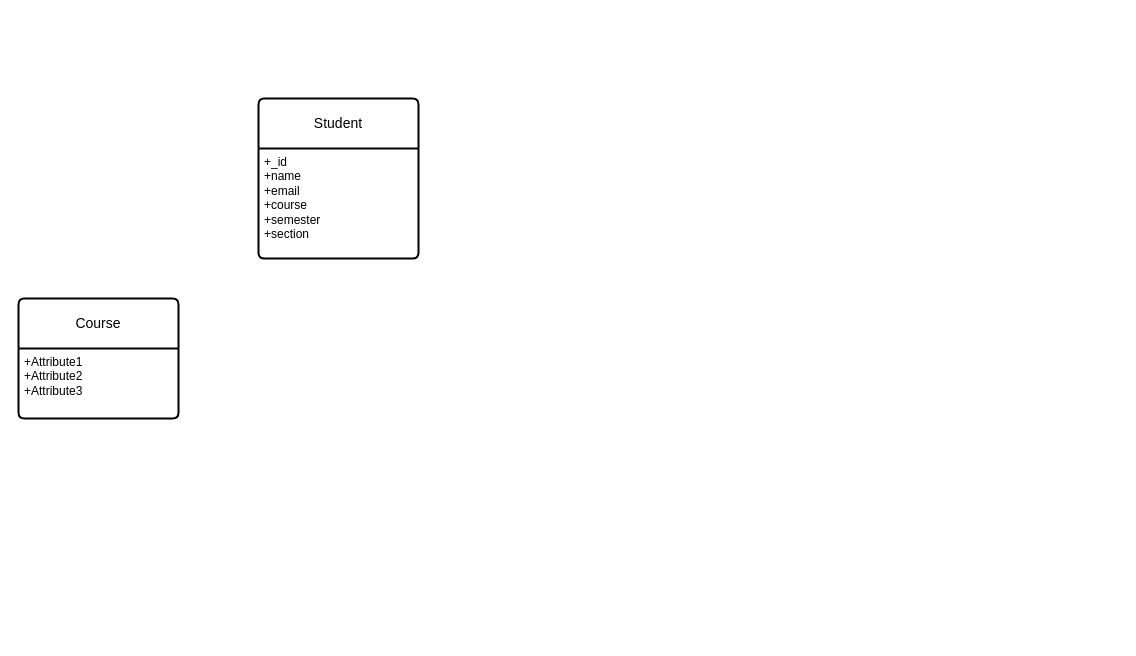
Above: Untitled Diagram.drawio in aadityamishraa/replit (draw.io), before the change. Source tidied: cells renumbered, new cells numbered last; positions are measured from the earlier drawing's top-left corner, leaving out a move shared by most shapes. Both pictures are drawn from the tidied source at 100%, with x=0, y=0 at pixel (18, 98).
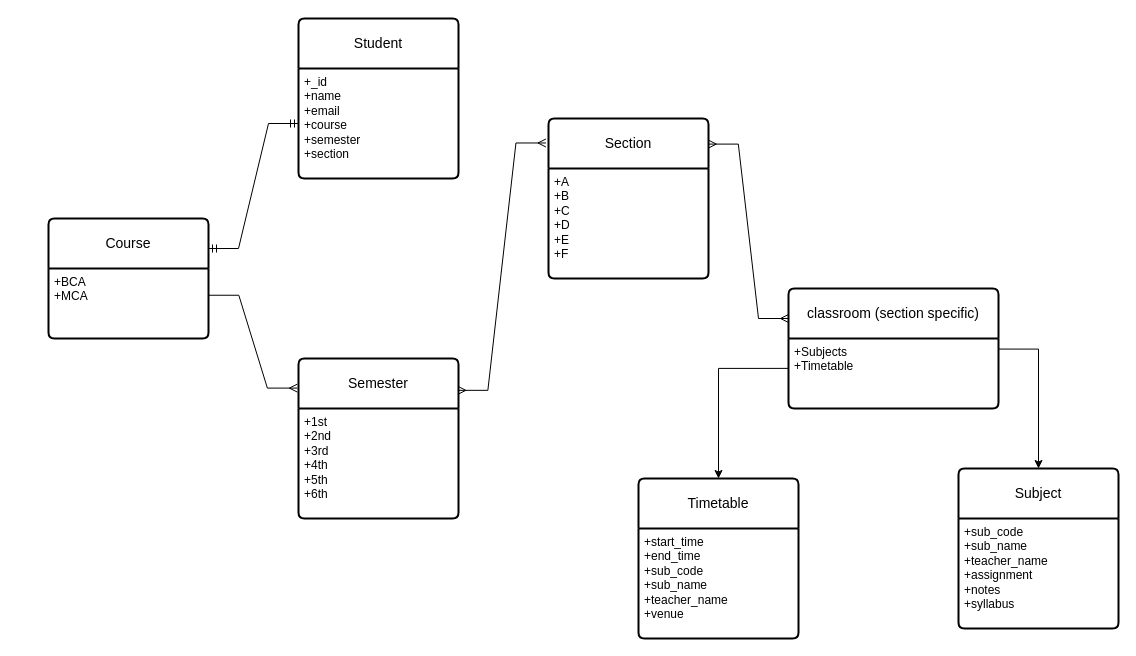
Above is the later version.

Unchanged cells that the change refers to:
```xml
<mxCell id="3" value="+_id&lt;br&gt;+name&lt;br&gt;+email&lt;br&gt;+course&lt;br&gt;+semester&lt;br&gt;+section" style="align=left;strokeColor=none;fillColor=none;spacingLeft=4;fontSize=12;verticalAlign=top;html=1;rounded=0;sketch=1;curveFitting=1;jiggle=2;" parent="2" vertex="1">
  <mxGeometry y="50" width="160" height="110" as="geometry" />
</mxCell>
```

The edit, as a diff of the source:
```diff
@@
     <mxCell id="2" value="Student" style="swimlane;horizontal=1;startSize=50;rounded=1;fontSize=14;fontStyle=0;strokeWidth=2;shadow=0;dashed=0;align=center;arcSize=4;whiteSpace=wrap;html=1;glass=0;" parent="1" vertex="1">
-      <mxGeometry x="240" width="160" height="160" as="geometry" />
+      <mxGeometry x="280" y="-80" width="160" height="160" as="geometry" />
     </mxCell>
@@
     <mxCell id="4" value="Course" style="swimlane;horizontal=1;startSize=50;rounded=1;fontSize=14;fontStyle=0;strokeWidth=2;shadow=0;dashed=0;align=center;arcSize=4;whiteSpace=wrap;html=1;" parent="1" vertex="1">
-      <mxGeometry y="200" width="160" height="120" as="geometry" />
+      <mxGeometry x="30" y="120" width="160" height="120" as="geometry" />
     </mxCell>
-    <mxCell id="5" value="+Attribute1&#10;+Attribute2&#10;+Attribute3" style="align=left;strokeColor=none;fillColor=none;spacingLeft=4;fontSize=12;verticalAlign=top;html=1;" parent="4" vertex="1">
+    <mxCell id="5" value="+BCA&lt;br&gt;+MCA" style="align=left;strokeColor=none;fillColor=none;spacingLeft=4;fontSize=12;verticalAlign=top;html=1;" parent="4" vertex="1">
       <mxGeometry y="50" width="160" height="70" as="geometry" />
     </mxCell>
+    <mxCell id="6" value="Section" style="swimlane;horizontal=1;startSize=50;rounded=1;fontSize=14;fontStyle=0;strokeWidth=2;shadow=0;dashed=0;align=center;arcSize=4;whiteSpace=wrap;html=1;" parent="1" vertex="1">
+      <mxGeometry x="530" y="20" width="160" height="160" as="geometry" />
+    </mxCell>
+    <mxCell id="7" value="+A&lt;br&gt;+B&lt;br&gt;+C&lt;br&gt;+D&lt;br&gt;+E&lt;br&gt;+F" style="align=left;strokeColor=none;fillColor=none;spacingLeft=4;fontSize=12;verticalAlign=top;html=1;" parent="6" vertex="1">
+      <mxGeometry y="50" width="160" height="110" as="geometry" />
+    </mxCell>
+    <mxCell id="8" value="Semester" style="swimlane;horizontal=1;startSize=50;rounded=1;fontSize=14;fontStyle=0;strokeWidth=2;shadow=0;dashed=0;align=center;arcSize=4;whiteSpace=wrap;html=1;" parent="1" vertex="1">
+      <mxGeometry x="280" y="260" width="160" height="160" as="geometry" />
+    </mxCell>
+    <mxCell id="9" value="+1st&lt;br&gt;+2nd&lt;br&gt;+3rd&lt;br&gt;+4th&lt;br&gt;+5th&lt;br&gt;+6th" style="align=left;strokeColor=none;fillColor=none;spacingLeft=4;fontSize=12;verticalAlign=top;html=1;" parent="8" vertex="1">
+      <mxGeometry y="50" width="160" height="110" as="geometry" />
+    </mxCell>
+    <mxCell id="10" value="classroom (section specific)" style="swimlane;horizontal=1;startSize=50;rounded=1;fontSize=14;fontStyle=0;strokeWidth=2;shadow=0;dashed=0;align=center;arcSize=4;whiteSpace=wrap;html=1;" parent="1" vertex="1">
+      <mxGeometry x="770" y="190" width="210" height="120" as="geometry" />
+    </mxCell>
+    <mxCell id="11" value="+Subjects&lt;br&gt;+Timetable" style="align=left;strokeColor=none;fillColor=none;spacingLeft=4;fontSize=12;verticalAlign=top;html=1;" parent="10" vertex="1">
+      <mxGeometry y="50" width="210" height="70" as="geometry" />
+    </mxCell>
+    <mxCell id="12" value="Subject" style="swimlane;horizontal=1;startSize=50;rounded=1;fontSize=14;fontStyle=0;strokeWidth=2;shadow=0;dashed=0;align=center;arcSize=4;whiteSpace=wrap;html=1;" parent="1" vertex="1">
+      <mxGeometry x="940" y="370" width="160" height="160" as="geometry" />
+    </mxCell>
+    <mxCell id="13" value="+sub_code&lt;br&gt;+sub_name&lt;br&gt;+teacher_name&lt;br&gt;+assignment&lt;br&gt;+notes&lt;br&gt;+syllabus" style="align=left;strokeColor=none;fillColor=none;spacingLeft=4;fontSize=12;verticalAlign=top;html=1;" parent="12" vertex="1">
+      <mxGeometry y="50" width="160" height="110" as="geometry" />
+    </mxCell>
+    <mxCell id="14" value="Timetable" style="swimlane;horizontal=1;startSize=50;rounded=1;fontSize=14;fontStyle=0;strokeWidth=2;shadow=0;dashed=0;align=center;arcSize=4;whiteSpace=wrap;html=1;" parent="1" vertex="1">
+      <mxGeometry x="620" y="380" width="160" height="160" as="geometry" />
+    </mxCell>
+    <mxCell id="15" value="+start_time&lt;br&gt;+end_time&lt;br&gt;+sub_code&lt;br&gt;+sub_name&lt;br&gt;+teacher_name&lt;br&gt;+venue" style="align=left;strokeColor=none;fillColor=none;spacingLeft=4;fontSize=12;verticalAlign=top;html=1;" parent="14" vertex="1">
+      <mxGeometry y="50" width="160" height="110" as="geometry" />
+    </mxCell>
+    <mxCell id="16" style="edgeStyle=entityRelationEdgeStyle;fontSize=12;html=1;endArrow=ERmandOne;startArrow=ERmandOne;rounded=0;exitX=1;exitY=0.25;exitDx=0;exitDy=0;" parent="1" edge="1" source="4" target="3">
+      <mxGeometry relative="1" as="geometry" />
+    </mxCell>
+    <mxCell id="17" style="edgeStyle=entityRelationEdgeStyle;fontSize=12;html=1;endArrow=ERmany;rounded=0;exitX=1.002;exitY=0.382;exitDx=0;exitDy=0;exitPerimeter=0;entryX=-0.007;entryY=0.185;entryDx=0;entryDy=0;entryPerimeter=0;" parent="1" edge="1" source="5" target="8">
+      <mxGeometry relative="1" as="geometry" />
+    </mxCell>
+    <mxCell id="18" style="edgeStyle=entityRelationEdgeStyle;fontSize=12;html=1;endArrow=ERmany;startArrow=ERmany;rounded=0;exitX=0.996;exitY=0.199;exitDx=0;exitDy=0;exitPerimeter=0;entryX=-0.016;entryY=0.153;entryDx=0;entryDy=0;entryPerimeter=0;" parent="1" edge="1" source="8" target="6">
+      <mxGeometry relative="1" as="geometry" />
+    </mxCell>
+    <mxCell id="19" style="edgeStyle=entityRelationEdgeStyle;fontSize=12;html=1;endArrow=ERmany;startArrow=ERmany;rounded=0;exitX=0.999;exitY=0.16;exitDx=0;exitDy=0;exitPerimeter=0;entryX=0;entryY=0.25;entryDx=0;entryDy=0;" parent="1" edge="1" source="6" target="10">
+      <mxGeometry relative="1" as="geometry" />
+    </mxCell>
+    <mxCell id="20" style="edgeStyle=orthogonalEdgeStyle;rounded=0;jettySize=auto;html=1;entryX=0.5;entryY=0;entryDx=0;entryDy=0;exitX=1.002;exitY=0.151;exitDx=0;exitDy=0;exitPerimeter=0;" parent="1" edge="1" source="11" target="12">
+      <mxGeometry relative="1" as="geometry">
+        <Array as="points">
+          <mxPoint x="1020" y="251" />
+        </Array>
+      </mxGeometry>
+    </mxCell>
+    <mxCell id="21" style="edgeStyle=orthogonalEdgeStyle;rounded=0;jettySize=auto;html=1;exitX=0.002;exitY=0.427;exitDx=0;exitDy=0;entryX=0.5;entryY=0;entryDx=0;entryDy=0;exitPerimeter=0;" parent="1" edge="1" source="11" target="14">
+      <mxGeometry relative="1" as="geometry" />
+    </mxCell>
```
